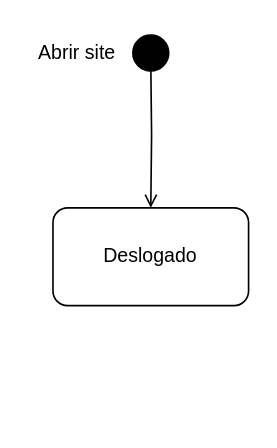
Above: Diagrama de estado - Login/Cadastro.drawio in JudilenaGalvao/Projeto-POO (draw.io), before the change. Source tidied: cells renumbered, new cells numbered last; positions are measured from the earlier drawing's top-left corner, leaving out a move shared by most shapes. Both pictures are drawn from the tidied source at 163%, with x=0, y=0 at pixel (28, 28).
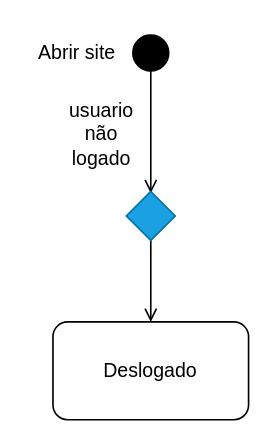
The same page after the edit.

Commit message (it also covers changes not shown here):
Diagrama de estado - Login/Cadastro.drawio

The edit, as a diff of the source:
```diff
@@
 <mxGraphModel>
   <root>
     <mxCell id="0" />
     <mxCell id="1" parent="0" />
-    <mxCell id="2" style="edgeStyle=orthogonalEdgeStyle;rounded=0;jettySize=auto;html=1;entryX=0.5;entryY=0;entryDx=0;entryDy=0;endArrow=open;endFill=0;" parent="1" edge="1" target="5">
+    <mxCell id="2" style="edgeStyle=orthogonalEdgeStyle;rounded=0;orthogonalLoop=1;jettySize=auto;html=1;endArrow=open;endFill=0;" parent="1" edge="1">
       <mxGeometry relative="1" as="geometry">
         <mxPoint x="75" y="20" as="sourcePoint" />
+        <mxPoint x="75" y="101" as="targetPoint" />
       </mxGeometry>
     </mxCell>
     <mxCell id="3" style="ellipse;html=1;shape=startState;fillColor=#000000;strokeColor=#000000;gradientColor=none;" parent="1" vertex="1">
       <mxGeometry x="60" width="30" height="30" as="geometry" />
     </mxCell>
     <mxCell id="4" value="Abrir site" style="text;html=1;strokeColor=none;fillColor=none;align=center;verticalAlign=middle;whiteSpace=wrap;rounded=0;" parent="1" vertex="1">
       <mxGeometry width="60" height="30" as="geometry" />
     </mxCell>
     <mxCell id="5" value="Deslogado" style="rounded=1;whiteSpace=wrap;html=1;" parent="1" vertex="1">
-      <mxGeometry x="15" y="110" width="120" height="60" as="geometry" />
+      <mxGeometry x="15" y="180" width="120" height="60" as="geometry" />
     </mxCell>
+    <mxCell id="6" value="usuario não logado" style="text;html=1;strokeColor=none;fillColor=none;align=center;verticalAlign=middle;whiteSpace=wrap;rounded=0;" parent="1" vertex="1">
+      <mxGeometry x="15" y="50" width="60" height="30" as="geometry" />
+    </mxCell>
+    <mxCell id="7" style="edgeStyle=orthogonalEdgeStyle;rounded=0;jettySize=auto;html=1;exitX=0.5;exitY=1;exitDx=0;exitDy=0;entryX=0.5;entryY=0;entryDx=0;entryDy=0;endArrow=open;endFill=0;" parent="1" edge="1" source="8" target="5">
+      <mxGeometry relative="1" as="geometry" />
+    </mxCell>
+    <mxCell id="8" style="rhombus;whiteSpace=wrap;html=1;fillColor=#1ba1e2;strokeColor=#006EAF;fontColor=#ffffff;" parent="1" vertex="1">
+      <mxGeometry x="60" y="100" width="30" height="30" as="geometry" />
+    </mxCell>
   </root>
 </mxGraphModel>
```
